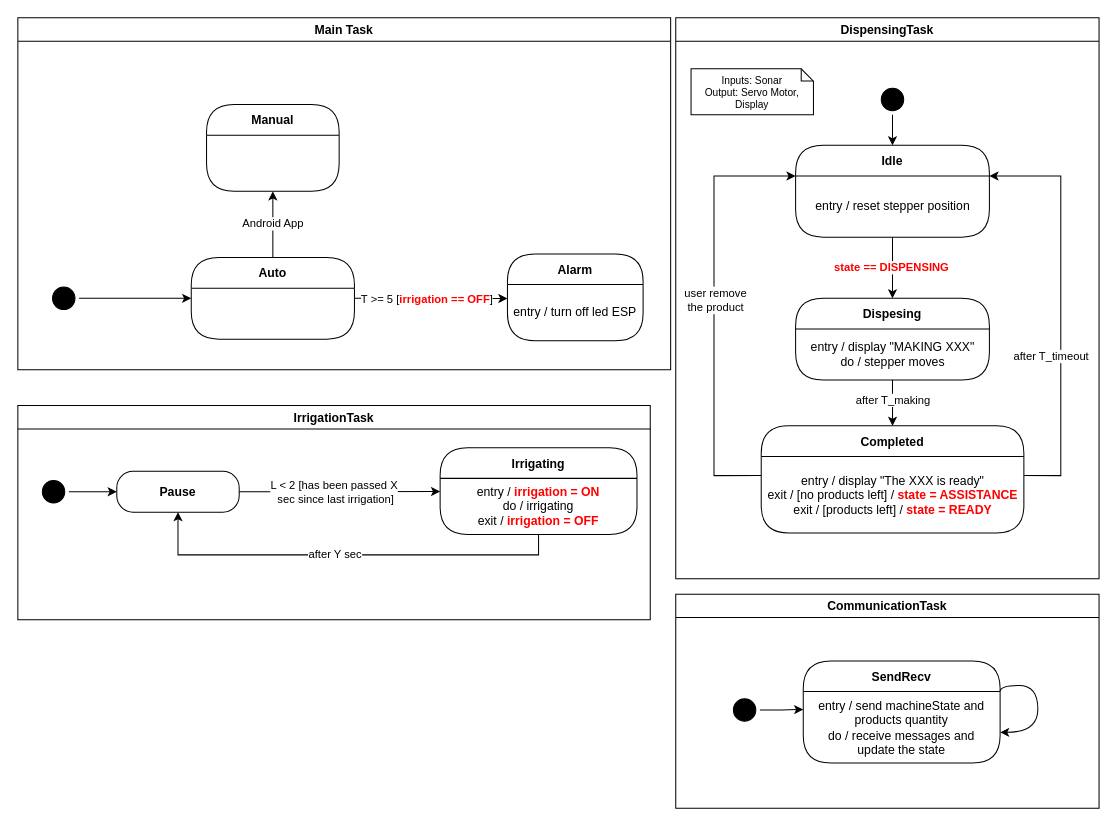
Before: page "overview" (1 of 4) of doc/diagrams/state-chart.drawio in tassiLuca/smart-garden, a draw.io diagram. Source tidied: cells renumbered, new cells numbered last; positions are measured from the earlier drawing's top-left corner, leaving out a move shared by most shapes. Both pictures are drawn from the tidied source at 102%, with x=0, y=0 at pixel (17, 17).
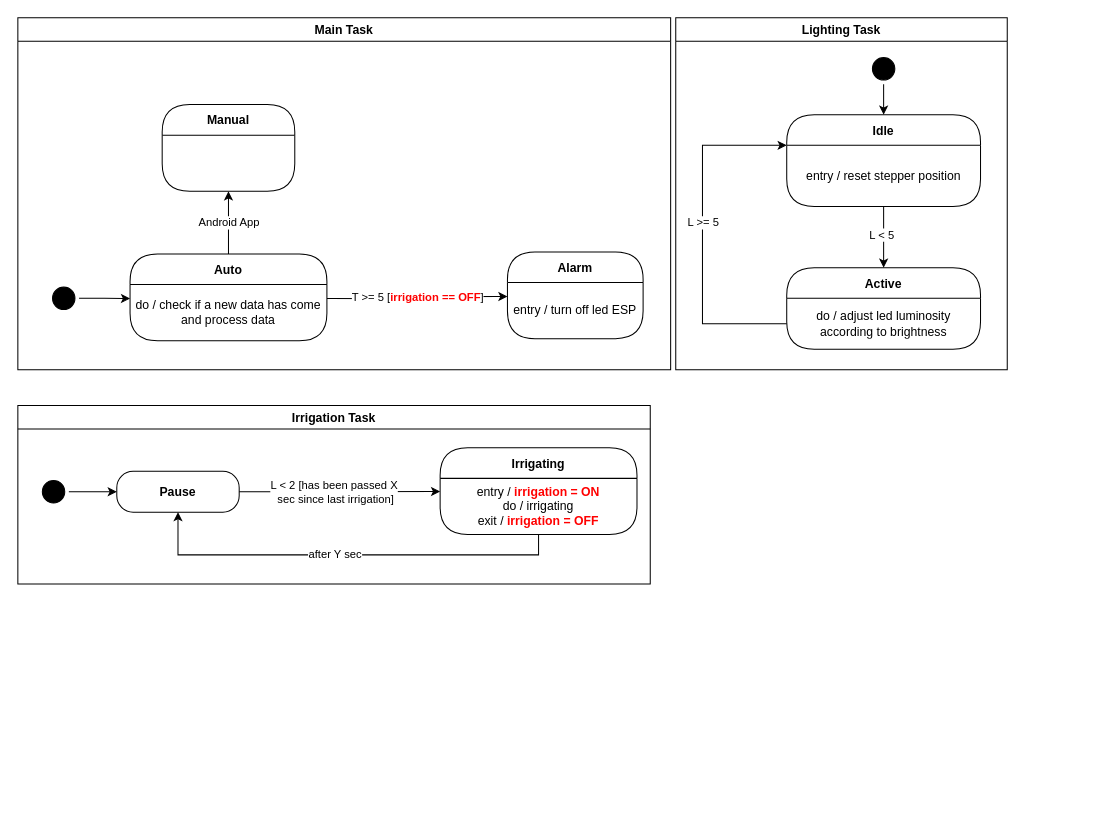
The same diagram, later.

Unchanged cells that the change refers to:
```xml
<mxCell id="2" value="Main Task" style="swimlane;strokeColor=#000000;" parent="1" vertex="1">
  <mxGeometry width="640" height="345" as="geometry" />
</mxCell>
<mxCell id="4" style="ellipse;html=1;shape=startState;fillColor=#000000;strokeColor=#000000;" parent="2" vertex="1">
  <mxGeometry x="30" y="260" width="30" height="30" as="geometry" />
</mxCell>
<mxCell id="11" value="entry / turn off led ESP" style="text;html=1;align=center;verticalAlign=middle;spacingLeft=4;spacingRight=4;whiteSpace=wrap;overflow=hidden;" parent="10" vertex="1">
  <mxGeometry y="30" width="133" height="55" as="geometry" />
</mxCell>
<mxCell id="22" value="entry / reset stepper position" style="text;html=1;align=center;verticalAlign=middle;spacingLeft=4;spacingRight=4;whiteSpace=wrap;overflow=hidden;" parent="21" vertex="1">
  <mxGeometry y="30" width="190" height="60" as="geometry" />
</mxCell>
```

The edit, as a diff of the source:
```diff
@@
-    <mxCell id="3" style="edgeStyle=orthogonalEdgeStyle;rounded=0;jettySize=auto;html=1;entryX=0;entryY=0.5;entryDx=0;entryDy=0;" parent="2" edge="1" source="4" target="8">
+    <mxCell id="3" style="edgeStyle=orthogonalEdgeStyle;rounded=0;jettySize=auto;html=1;entryX=0;entryY=0.25;entryDx=0;entryDy=0;" parent="2" edge="1" source="4" target="44">
       <mxGeometry relative="1" as="geometry" />
     </mxCell>
@@
-    <mxCell id="5" style="edgeStyle=orthogonalEdgeStyle;rounded=0;jettySize=auto;html=1;exitX=1;exitY=0.5;exitDx=0;exitDy=0;entryX=0;entryY=0.25;entryDx=0;entryDy=0;" parent="2" edge="1" source="8" target="11">
+    <mxCell id="5" style="edgeStyle=orthogonalEdgeStyle;rounded=0;jettySize=auto;html=1;exitX=1;exitY=0.25;exitDx=0;exitDy=0;entryX=0;entryY=0.25;entryDx=0;entryDy=0;" parent="2" edge="1" source="44" target="11">
       <mxGeometry relative="1" as="geometry" />
     </mxCell>
@@
-    <mxCell id="8" value="Auto" style="swimlane;fontStyle=1;align=center;verticalAlign=middle;horizontal=1;startSize=30;rounded=1;arcSize=30;swimlaneFillColor=#FFFFFF;" parent="2" vertex="1">
-      <mxGeometry x="170" y="235" width="160" height="80" as="geometry" />
-    </mxCell>
     <mxCell id="9" value="Manual" style="swimlane;fontStyle=1;align=center;verticalAlign=middle;horizontal=1;startSize=30;rounded=1;arcSize=30;swimlaneFillColor=#FFFFFF;" parent="2" vertex="1">
-      <mxGeometry x="185" y="85" width="130" height="85" as="geometry" />
+      <mxGeometry x="141.5" y="85" width="130" height="85" as="geometry" />
     </mxCell>
     <mxCell id="10" value="Alarm" style="swimlane;fontStyle=1;align=center;verticalAlign=middle;horizontal=1;startSize=30;rounded=1;arcSize=30;swimlaneFillColor=#FFFFFF;" parent="2" vertex="1">
-      <mxGeometry x="480" y="231.5" width="133" height="85" as="geometry" />
+      <mxGeometry x="480" y="229.5" width="133" height="85" as="geometry" />
     </mxCell>
@@
+    <mxCell id="8" value="Auto" style="swimlane;fontStyle=1;align=center;verticalAlign=middle;horizontal=1;startSize=30;rounded=1;arcSize=30;swimlaneFillColor=#FFFFFF;" parent="2" vertex="1">
+      <mxGeometry x="110" y="231.5" width="193" height="85" as="geometry" />
+    </mxCell>
+    <mxCell id="44" value="do / check if a new data has come&lt;br&gt;and process data" style="text;html=1;align=center;verticalAlign=middle;spacingLeft=4;spacingRight=4;whiteSpace=wrap;overflow=hidden;" parent="8" vertex="1">
+      <mxGeometry y="30" width="193" height="55" as="geometry" />
+    </mxCell>
-    <mxCell id="12" value="DispensingTask" style="swimlane;strokeColor=#000000;" parent="1" vertex="1">
-      <mxGeometry x="645" width="415" height="550" as="geometry" />
+    <mxCell id="12" value="Lighting Task" style="swimlane;strokeColor=#000000;" parent="1" vertex="1">
+      <mxGeometry x="645" width="325" height="345" as="geometry" />
     </mxCell>
     <mxCell id="13" style="ellipse;html=1;shape=startState;fillColor=#000000;strokeColor=#000000;" parent="12" vertex="1">
-      <mxGeometry x="197.5" y="65" width="30" height="30" as="geometry" />
+      <mxGeometry x="188.8" y="35" width="30" height="30" as="geometry" />
     </mxCell>
-    <mxCell id="14" value="Dispesing" style="swimlane;fontStyle=1;align=center;verticalAlign=middle;horizontal=1;startSize=30;rounded=1;arcSize=30;swimlaneFillColor=#FFFFFF;" parent="12" vertex="1">
-      <mxGeometry x="117.5" y="275" width="190" height="80" as="geometry" />
+    <mxCell id="14" value="Active" style="swimlane;fontStyle=1;align=center;verticalAlign=middle;horizontal=1;startSize=30;rounded=1;arcSize=30;swimlaneFillColor=#FFFFFF;" parent="12" vertex="1">
+      <mxGeometry x="108.8" y="245" width="190" height="80" as="geometry" />
     </mxCell>
-    <mxCell id="15" value="entry / display &quot;MAKING XXX&quot;&lt;br&gt;do / stepper moves" style="text;html=1;align=center;verticalAlign=middle;spacingLeft=4;spacingRight=4;whiteSpace=wrap;overflow=hidden;" parent="14" vertex="1">
+    <mxCell id="15" value="do / adjust led luminosity according to brightness" style="text;html=1;align=center;verticalAlign=middle;spacingLeft=4;spacingRight=4;whiteSpace=wrap;overflow=hidden;" parent="14" vertex="1">
       <mxGeometry y="30" width="190" height="50" as="geometry" />
     </mxCell>
-    <mxCell id="16" value="&lt;font color=&quot;#000000&quot;&gt;after T_making&lt;/font&gt;" style="edgeStyle=orthogonalEdgeStyle;rounded=0;jettySize=auto;html=1;exitX=0.5;exitY=1;exitDx=0;exitDy=0;entryX=0.5;entryY=0;entryDx=0;entryDy=0;fontColor=#FF0000;" parent="12" edge="1" source="15" target="26">
-      <mxGeometry x="-0.11" relative="1" as="geometry" />
-    </mxCell>
-    <mxCell id="17" style="edgeStyle=orthogonalEdgeStyle;rounded=0;jettySize=auto;html=1;exitX=0;exitY=0.25;exitDx=0;exitDy=0;entryX=0;entryY=0;entryDx=0;entryDy=0;fontColor=#000000;" parent="12" edge="1" source="27" target="22">
+    <mxCell id="17" style="edgeStyle=orthogonalEdgeStyle;rounded=0;jettySize=auto;html=1;exitX=0;exitY=0.5;exitDx=0;exitDy=0;entryX=0;entryY=0;entryDx=0;entryDy=0;fontColor=#000000;" parent="12" edge="1" source="15" target="22">
       <mxGeometry relative="1" as="geometry">
         <Array as="points">
-          <mxPoint x="37.5" y="449" />
-          <mxPoint x="37.5" y="155" />
+          <mxPoint x="26.2" y="300" />
+          <mxPoint x="26.2" y="125" />
         </Array>
       </mxGeometry>
     </mxCell>
-    <mxCell id="18" value="user remove &lt;br&gt;the product" style="edgeLabel;html=1;align=center;verticalAlign=middle;fontColor=#000000;" parent="17" vertex="1">
+    <mxCell id="18" value="L &amp;gt;= 5" style="edgeLabel;html=1;align=center;verticalAlign=middle;fontColor=#000000;" parent="17" vertex="1">
       <mxGeometry x="-0.23" y="-1" relative="1" as="geometry">
-        <mxPoint y="-57" as="offset" />
+        <mxPoint x="-1" y="-51" as="offset" />
       </mxGeometry>
     </mxCell>
-    <mxCell id="19" style="edgeStyle=orthogonalEdgeStyle;rounded=0;jettySize=auto;html=1;exitX=1;exitY=0.25;exitDx=0;exitDy=0;entryX=1;entryY=0;entryDx=0;entryDy=0;fontColor=#000000;" parent="12" edge="1" source="27" target="22">
-      <mxGeometry relative="1" as="geometry">
-        <Array as="points">
-          <mxPoint x="377.5" y="449" />
-          <mxPoint x="377.5" y="155" />
-        </Array>
-      </mxGeometry>
-    </mxCell>
-    <mxCell id="20" value="after T_timeout" style="edgeLabel;html=1;align=center;verticalAlign=middle;fontColor=#000000;" parent="19" vertex="1">
-      <mxGeometry x="-0.19" y="1" relative="1" as="geometry">
-        <mxPoint x="-9" y="8" as="offset" />
-      </mxGeometry>
-    </mxCell>
     <mxCell id="21" value="Idle" style="swimlane;fontStyle=1;align=center;verticalAlign=middle;horizontal=1;startSize=30;rounded=1;arcSize=30;swimlaneFillColor=#FFFFFF;" parent="12" vertex="1">
-      <mxGeometry x="117.5" y="125" width="190" height="90" as="geometry" />
+      <mxGeometry x="108.8" y="95" width="190" height="90" as="geometry" />
     </mxCell>
@@
-    <mxCell id="24" value="&lt;b&gt;&lt;font color=&quot;#ff0000&quot;&gt;state == DISPENSING&amp;nbsp;&lt;/font&gt;&lt;/b&gt;" style="edgeStyle=orthogonalEdgeStyle;rounded=0;jettySize=auto;html=1;exitX=0.5;exitY=1;exitDx=0;exitDy=0;entryX=0.5;entryY=0;entryDx=0;entryDy=0;" parent="12" edge="1" source="22" target="14">
+    <mxCell id="24" style="edgeStyle=orthogonalEdgeStyle;rounded=0;jettySize=auto;html=1;exitX=0.5;exitY=1;exitDx=0;exitDy=0;entryX=0.5;entryY=0;entryDx=0;entryDy=0;" parent="12" edge="1" source="22" target="14">
       <mxGeometry relative="1" as="geometry" />
     </mxCell>
-    <mxCell id="25" value="&lt;span style=&quot;text-align: left;&quot;&gt;Inputs: Sonar&lt;br&gt;Output: Servo Motor, Display&lt;br&gt;&lt;/span&gt;" style="shape=note;size=12;whiteSpace=wrap;html=1;fontSize=10;" parent="12" vertex="1">
-      <mxGeometry x="15" y="50" width="120" height="45" as="geometry" />
-    </mxCell>
-    <mxCell id="26" value="Completed" style="swimlane;fontStyle=1;align=center;verticalAlign=middle;horizontal=1;startSize=30;rounded=1;arcSize=30;swimlaneFillColor=#FFFFFF;" parent="12" vertex="1">
-      <mxGeometry x="83.8" y="400" width="257.5" height="105" as="geometry" />
-    </mxCell>
-    <mxCell id="27" value="entry / display &quot;The XXX is ready&quot;&lt;br&gt;exit / [no products left] / &lt;b&gt;&lt;font color=&quot;#ff0000&quot;&gt;state = ASSISTANCE&lt;/font&gt;&lt;/b&gt;&lt;br&gt;exit / [products left] / &lt;b&gt;&lt;font color=&quot;#ff0000&quot;&gt;state = READY&lt;/font&gt;&lt;/b&gt;" style="text;html=1;align=center;verticalAlign=middle;spacingLeft=4;spacingRight=4;whiteSpace=wrap;overflow=hidden;" parent="26" vertex="1">
-      <mxGeometry y="30" width="257.5" height="75" as="geometry" />
-    </mxCell>
+    <mxCell id="45" value="L &amp;lt; 5" style="edgeLabel;html=1;align=center;verticalAlign=middle;" parent="24" vertex="1">
+      <mxGeometry x="-0.09" y="-2" relative="1" as="geometry" />
+    </mxCell>
-    <mxCell id="28" value="IrrigationTask" style="swimlane;strokeColor=#000000;" parent="1" vertex="1">
-      <mxGeometry y="380" width="620" height="210" as="geometry" />
+    <mxCell id="28" value="Irrigation Task" style="swimlane;strokeColor=#000000;" parent="1" vertex="1">
+      <mxGeometry y="380" width="620" height="175" as="geometry" />
     </mxCell>
@@
-    <mxCell id="38" value="CommunicationTask" style="swimlane;strokeColor=#000000;" parent="1" vertex="1">
-      <mxGeometry x="645" y="565" width="415" height="210" as="geometry" />
-    </mxCell>
-    <mxCell id="39" style="ellipse;html=1;shape=startState;fillColor=#000000;strokeColor=#000000;" parent="38" vertex="1">
-      <mxGeometry x="52.5" y="98.5" width="30" height="30" as="geometry" />
-    </mxCell>
-    <mxCell id="40" style="edgeStyle=orthogonalEdgeStyle;rounded=0;jettySize=auto;html=1;exitX=1;exitY=0.5;exitDx=0;exitDy=0;entryX=0;entryY=0.25;entryDx=0;entryDy=0;fontColor=#FF0000;" parent="38" edge="1" source="39" target="42">
-      <mxGeometry relative="1" as="geometry" />
-    </mxCell>
-    <mxCell id="41" value="SendRecv" style="swimlane;fontStyle=1;align=center;verticalAlign=middle;horizontal=1;startSize=30;rounded=1;arcSize=30;swimlaneFillColor=#FFFFFF;" parent="38" vertex="1">
-      <mxGeometry x="125" y="65.5" width="193" height="100" as="geometry" />
-    </mxCell>
-    <mxCell id="42" value="entry / send machineState and products quantity&lt;br&gt;do / receive messages and update the state" style="text;html=1;align=center;verticalAlign=middle;spacingLeft=4;spacingRight=4;whiteSpace=wrap;overflow=hidden;" parent="41" vertex="1">
-      <mxGeometry y="30" width="193" height="70" as="geometry" />
-    </mxCell>
-    <mxCell id="43" style="edgeStyle=orthogonalEdgeStyle;curved=1;orthogonalLoop=1;jettySize=auto;html=1;exitX=1;exitY=0.25;exitDx=0;exitDy=0;entryX=1;entryY=0.5;entryDx=0;entryDy=0;" parent="41" edge="1">
-      <mxGeometry relative="1" as="geometry">
-        <mxPoint x="193" y="30" as="sourcePoint" />
-        <mxPoint x="193" y="70" as="targetPoint" />
-        <Array as="points">
-          <mxPoint x="193" y="24" />
-          <mxPoint x="230" y="24" />
-          <mxPoint x="230" y="70" />
-        </Array>
-      </mxGeometry>
-    </mxCell>
```
